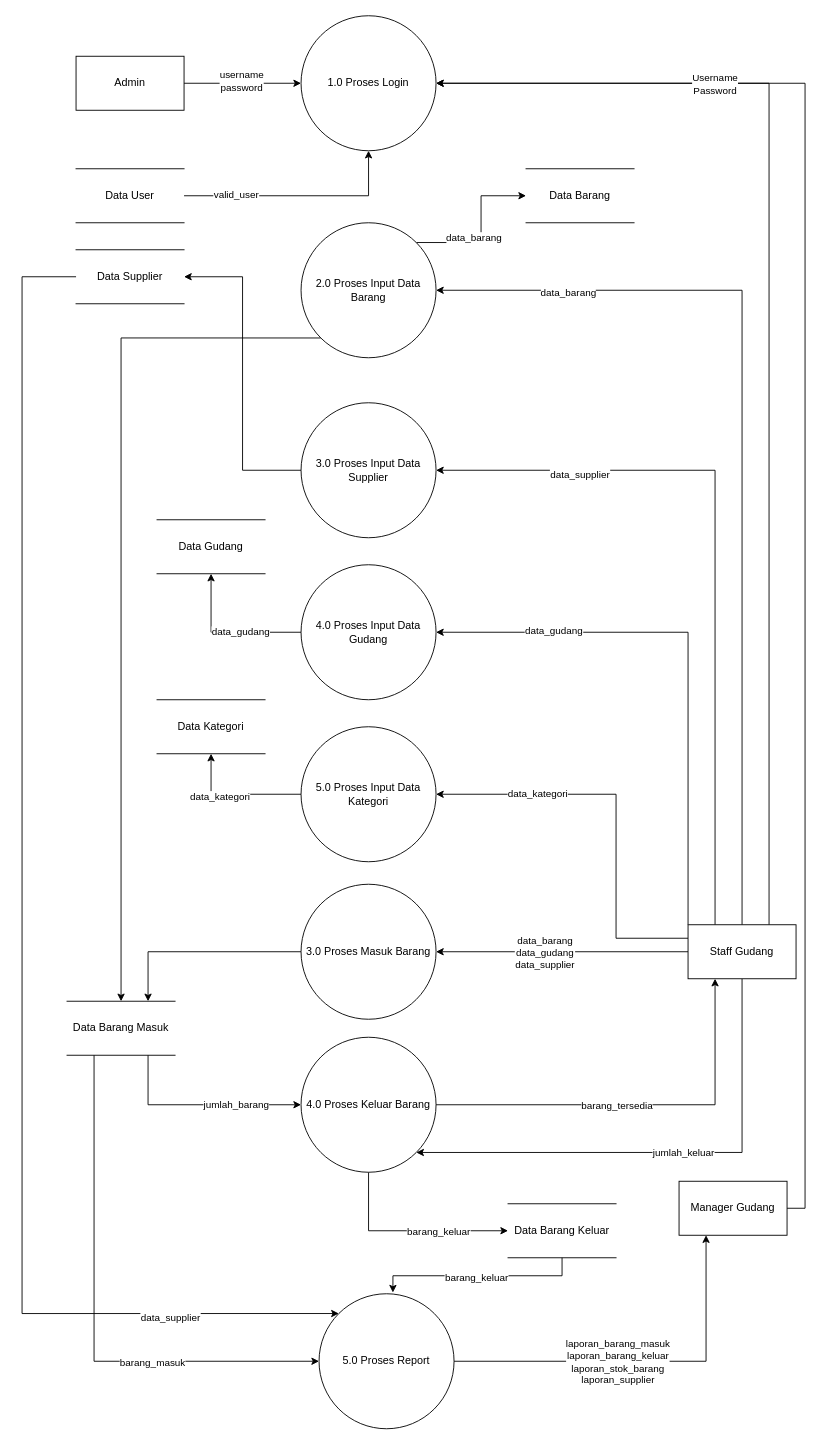
Above: Copy of kkp-dfd1.drawio in raflialkindhi/graph-save (draw.io), before the change. Source tidied: cells renumbered, new cells numbered last; positions are measured from the earlier drawing's top-left corner, leaving out a move shared by most shapes. Both pictures are drawn from the tidied source at 90%, with x=0, y=0 at pixel (22, 15).
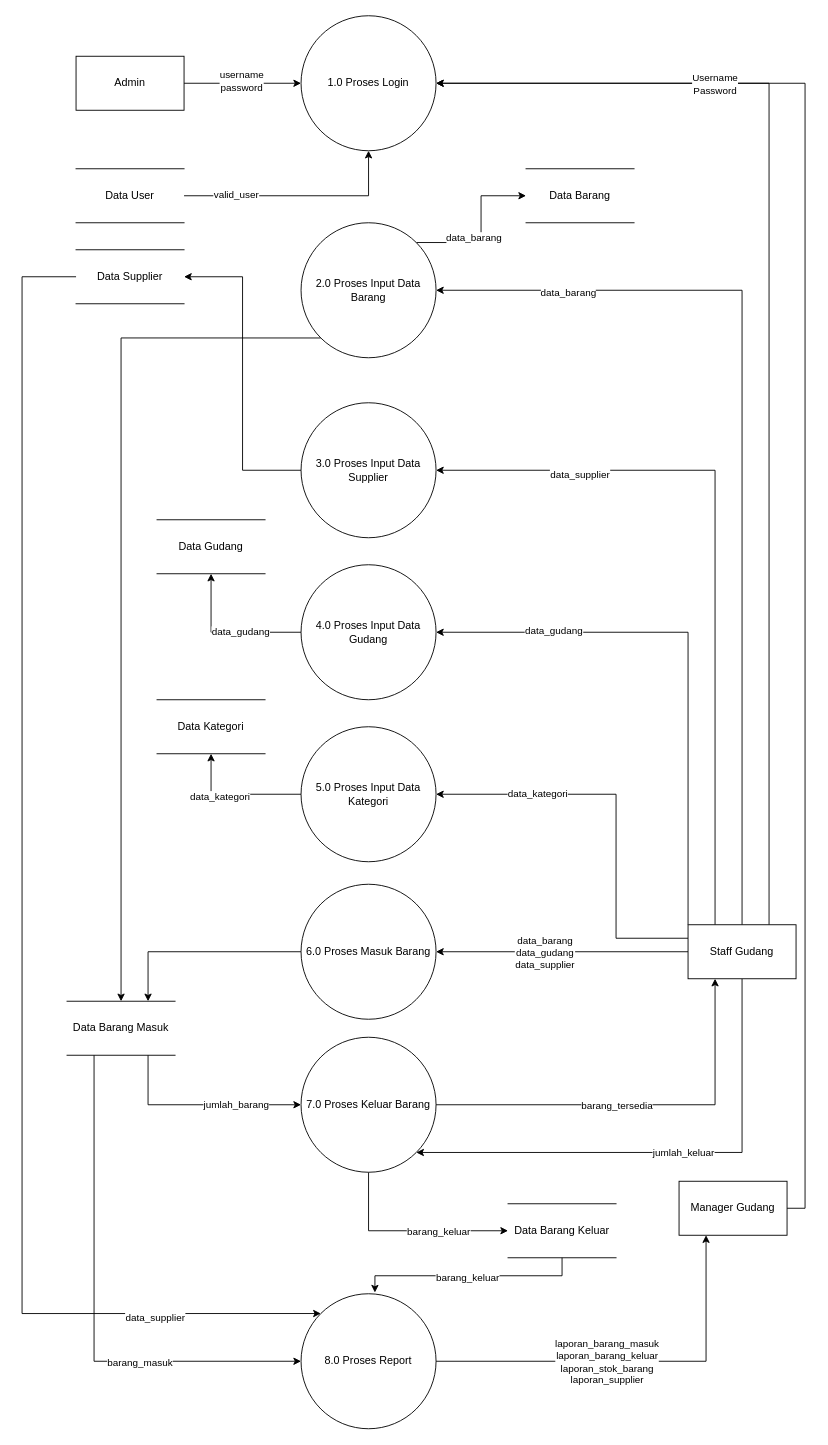
After the change.

The edit, as a diff of the source:
```diff
@@
-    <mxCell id="3" value="3.0 Proses Masuk Barang" style="ellipse;whiteSpace=wrap;html=1;" parent="1" vertex="1">
+    <mxCell id="3" value="6.0 Proses Masuk Barang" style="ellipse;whiteSpace=wrap;html=1;" parent="1" vertex="1">
       <mxGeometry x="310" y="965" width="150" height="150" as="geometry" />
     </mxCell>
@@
-    <mxCell id="27" value="4.0 Proses Keluar Barang" style="ellipse;whiteSpace=wrap;html=1;" parent="1" vertex="1">
+    <mxCell id="27" value="7.0 Proses Keluar Barang" style="ellipse;whiteSpace=wrap;html=1;" parent="1" vertex="1">
       <mxGeometry x="310" y="1135" width="150" height="150" as="geometry" />
     </mxCell>
@@
-    <mxCell id="30" value="5.0 Proses Report" style="ellipse;whiteSpace=wrap;html=1;" parent="1" vertex="1">
-      <mxGeometry x="330" y="1420" width="150" height="150" as="geometry" />
+    <mxCell id="30" value="8.0 Proses Report" style="ellipse;whiteSpace=wrap;html=1;" parent="1" vertex="1">
+      <mxGeometry x="310" y="1420" width="150" height="150" as="geometry" />
     </mxCell>
```
